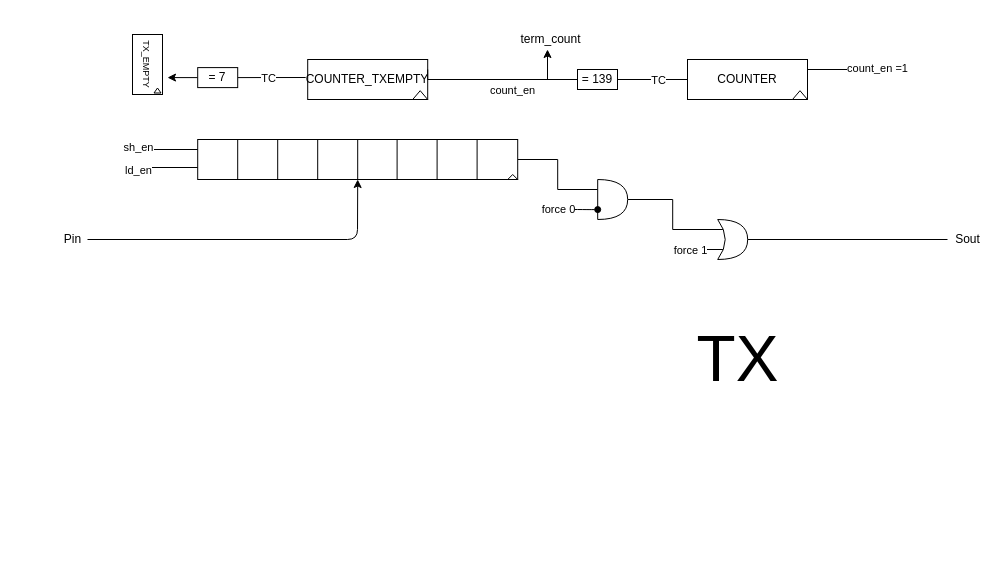
Earlier version of the draw.io diagram labsRR/UART/report/draw_io/DATAPATH_TX_V2.drawio (wackozz/SDI_20_21). Source tidied: cells renumbered, new cells numbered last; positions are measured from the earlier drawing's top-left corner, leaving out a move shared by most shapes. Both pictures are drawn from the tidied source at 100%, with x=0, y=0 at pixel (57, 29).
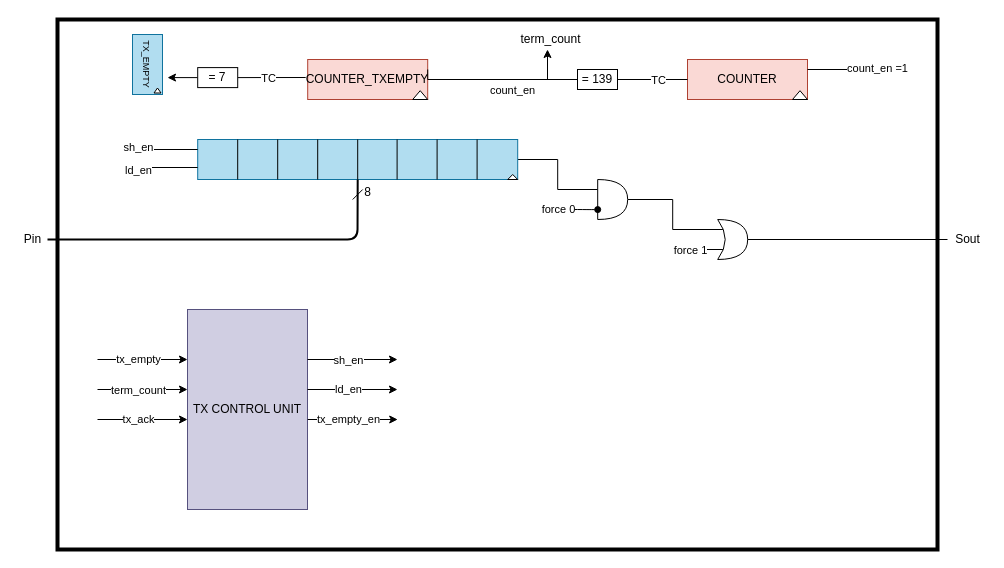
After the change.

Change to the diagram source:
```diff
@@
-    <mxCell id="3" style="rounded=0;whiteSpace=wrap;html=1;" parent="1" vertex="1">
+    <mxCell id="3" style="rounded=0;whiteSpace=wrap;html=1;fillColor=#b1ddf0;strokeColor=#10739e;" parent="1" vertex="1">
       <mxGeometry x="140.2" y="110" width="320" height="40" as="geometry" />
     </mxCell>
@@
-    <mxCell id="12" style="endArrow=classic;html=1;" parent="1" edge="1" source="34">
+    <mxCell id="12" style="endArrow=none;html=1;strokeWidth=2;endFill=0;" parent="1" edge="1" source="34">
       <mxGeometry relative="1" as="geometry">
         <mxPoint x="300.2" y="150" as="targetPoint" />
         <Array as="points">
           <mxPoint x="300" y="210" />
         </Array>
       </mxGeometry>
     </mxCell>
@@
-    <mxCell id="21" value="COUNTER_TXEMPTY" style="rounded=0;whiteSpace=wrap;html=1;" parent="1" vertex="1">
+    <mxCell id="21" value="COUNTER_TXEMPTY" style="rounded=0;whiteSpace=wrap;html=1;fillColor=#fad9d5;strokeColor=#ae4132;" parent="1" vertex="1">
       <mxGeometry x="250.2" y="30" width="120" height="40" as="geometry" />
     </mxCell>
@@
     <mxCell id="34" value="Pin" style="text;html=1;align=center;verticalAlign=middle;points=[];" parent="1" vertex="1">
-      <mxGeometry y="200" width="30" height="20" as="geometry" />
+      <mxGeometry x="-40" y="200" width="30" height="20" as="geometry" />
     </mxCell>
-    <mxCell id="35" value="&lt;font style=&quot;font-size: 64px&quot;&gt;TX&lt;/font&gt;" style="text;html=1;align=center;verticalAlign=middle;" parent="1" vertex="1">
-      <mxGeometry x="630" y="310" width="100" height="40" as="geometry" />
-    </mxCell>
-    <mxCell id="36" value="COUNTER" style="rounded=0;whiteSpace=wrap;html=1;" parent="1" vertex="1">
+    <mxCell id="36" value="COUNTER" style="rounded=0;whiteSpace=wrap;html=1;fillColor=#fad9d5;strokeColor=#ae4132;" parent="1" vertex="1">
       <mxGeometry x="630" y="30" width="120" height="40" as="geometry" />
     </mxCell>
@@
-    <mxCell id="45" value="&lt;font style=&quot;font-size: 9px&quot;&gt;TX_EMPTY&lt;/font&gt;" style="rounded=0;whiteSpace=wrap;html=1;rotation=90;" parent="1" vertex="1">
+    <mxCell id="45" value="&lt;font style=&quot;font-size: 9px&quot;&gt;TX_EMPTY&lt;/font&gt;" style="rounded=0;whiteSpace=wrap;html=1;rotation=90;fillColor=#b1ddf0;strokeColor=#10739e;" parent="1" vertex="1">
       <mxGeometry x="60" y="20" width="60" height="30" as="geometry" />
     </mxCell>
@@
+    <mxCell id="47" value="TX CONTROL UNIT" style="rounded=0;whiteSpace=wrap;html=1;fillColor=#d0cee2;strokeColor=#56517e;" parent="1" vertex="1">
+      <mxGeometry x="130" y="280" width="120" height="200" as="geometry" />
+    </mxCell>
+    <mxCell id="48" style="endArrow=classic;html=1;entryX=0;entryY=0.25;entryDx=0;entryDy=0;" parent="1" edge="1" target="47">
+      <mxGeometry relative="1" as="geometry">
+        <mxPoint x="40" y="330" as="sourcePoint" />
+      </mxGeometry>
+    </mxCell>
+    <mxCell id="49" value="tx_empty" style="edgeLabel;html=1;align=center;verticalAlign=middle;" parent="48" vertex="1">
+      <mxGeometry x="0.24" y="1" relative="1" as="geometry">
+        <mxPoint x="-16" as="offset" />
+      </mxGeometry>
+    </mxCell>
+    <mxCell id="50" style="endArrow=classic;html=1;entryX=0;entryY=0.25;entryDx=0;entryDy=0;" parent="1" edge="1">
+      <mxGeometry relative="1" as="geometry">
+        <mxPoint x="40" y="360" as="sourcePoint" />
+        <mxPoint x="130" y="360" as="targetPoint" />
+      </mxGeometry>
+    </mxCell>
+    <mxCell id="51" value="term_count" style="edgeLabel;html=1;align=center;verticalAlign=middle;" parent="50" vertex="1">
+      <mxGeometry x="0.24" y="1" relative="1" as="geometry">
+        <mxPoint x="-16" y="1" as="offset" />
+      </mxGeometry>
+    </mxCell>
+    <mxCell id="52" style="endArrow=classic;html=1;exitX=1;exitY=0.25;exitDx=0;exitDy=0;" parent="1" edge="1" source="47">
+      <mxGeometry relative="1" as="geometry">
+        <mxPoint x="340" y="330" as="targetPoint" />
+      </mxGeometry>
+    </mxCell>
+    <mxCell id="53" value="sh_en" style="edgeLabel;html=1;align=center;verticalAlign=middle;" parent="52" vertex="1">
+      <mxGeometry x="0.24" y="1" relative="1" as="geometry">
+        <mxPoint x="-16" y="1" as="offset" />
+      </mxGeometry>
+    </mxCell>
+    <mxCell id="54" style="endArrow=classic;html=1;entryX=0;entryY=0.25;entryDx=0;entryDy=0;" parent="1" edge="1">
+      <mxGeometry relative="1" as="geometry">
+        <mxPoint x="250" y="360" as="sourcePoint" />
+        <mxPoint x="340" y="360" as="targetPoint" />
+      </mxGeometry>
+    </mxCell>
+    <mxCell id="55" value="ld_en" style="edgeLabel;html=1;align=center;verticalAlign=middle;" parent="54" vertex="1">
+      <mxGeometry x="0.24" y="1" relative="1" as="geometry">
+        <mxPoint x="-16" as="offset" />
+      </mxGeometry>
+    </mxCell>
+    <mxCell id="56" style="endArrow=classic;html=1;entryX=0;entryY=0.25;entryDx=0;entryDy=0;" parent="1" edge="1">
+      <mxGeometry relative="1" as="geometry">
+        <mxPoint x="250.2" y="390" as="sourcePoint" />
+        <mxPoint x="340.2" y="390" as="targetPoint" />
+      </mxGeometry>
+    </mxCell>
+    <mxCell id="57" value="tx_empty_en" style="edgeLabel;html=1;align=center;verticalAlign=middle;direction=south;" parent="56" vertex="1">
+      <mxGeometry x="0.24" y="1" relative="1" as="geometry">
+        <mxPoint x="-16" as="offset" />
+      </mxGeometry>
+    </mxCell>
+    <mxCell id="58" style="endArrow=classic;html=1;entryX=0;entryY=0.25;entryDx=0;entryDy=0;" parent="1" edge="1">
+      <mxGeometry relative="1" as="geometry">
+        <mxPoint x="40" y="390" as="sourcePoint" />
+        <mxPoint x="130" y="390" as="targetPoint" />
+      </mxGeometry>
+    </mxCell>
+    <mxCell id="59" value="tx_ack" style="edgeLabel;html=1;align=center;verticalAlign=middle;" parent="58" vertex="1">
+      <mxGeometry x="0.24" y="1" relative="1" as="geometry">
+        <mxPoint x="-16" as="offset" />
+      </mxGeometry>
+    </mxCell>
+    <mxCell id="60" style="rounded=0;whiteSpace=wrap;html=1;fillColor=none;strokeWidth=4;" parent="1" vertex="1">
+      <mxGeometry y="-10" width="880" height="530" as="geometry" />
+    </mxCell>
+    <mxCell id="61" style="endArrow=none;html=1;strokeWidth=1;" parent="1" edge="1">
+      <mxGeometry relative="1" as="geometry">
+        <mxPoint x="295.2" y="170" as="sourcePoint" />
+        <mxPoint x="305.2" y="160" as="targetPoint" />
+      </mxGeometry>
+    </mxCell>
+    <mxCell id="62" value="8" style="text;html=1;align=center;verticalAlign=middle;" parent="1" vertex="1">
+      <mxGeometry x="300.2" y="152.5" width="20" height="20" as="geometry" />
+    </mxCell>
```
